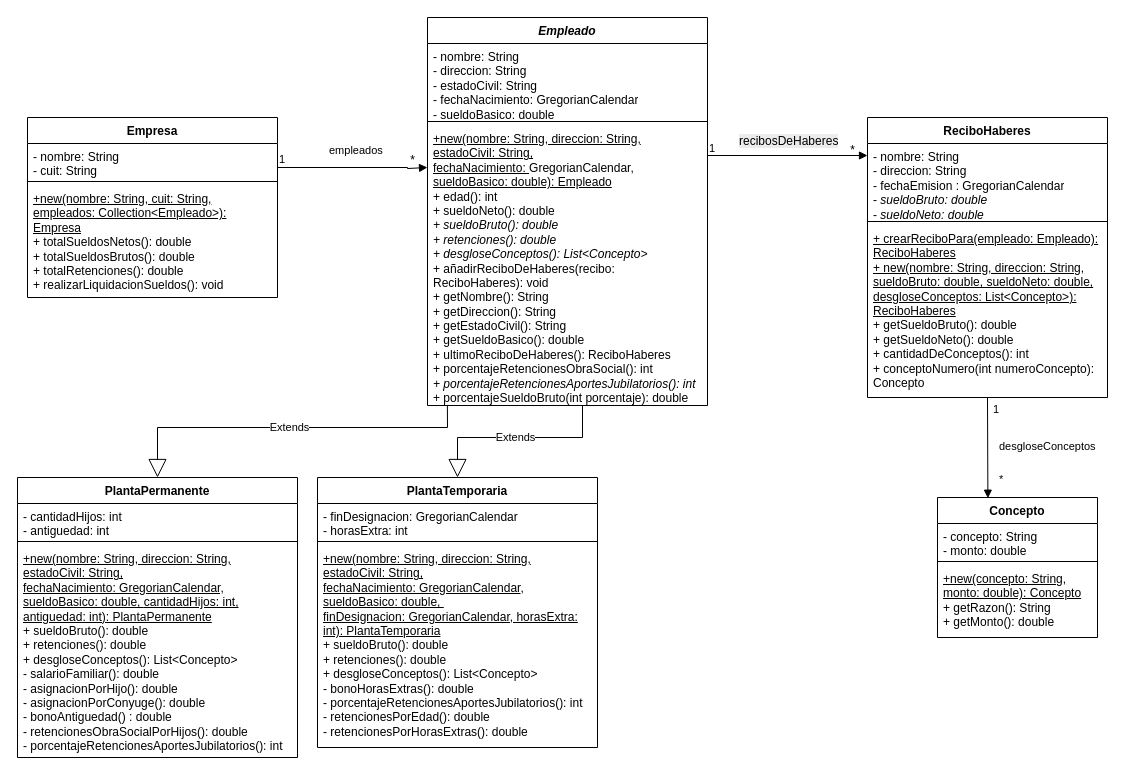
This is tp2/diagrama1.drawio from franngo/programacionConObjetos2, a draw.io file, before an edit. Source tidied: cells renumbered, new cells numbered last; positions are measured from the earlier drawing's top-left corner, leaving out a move shared by most shapes. Both pictures are drawn from the tidied source at 100%, with x=0, y=0 at pixel (17, 17).
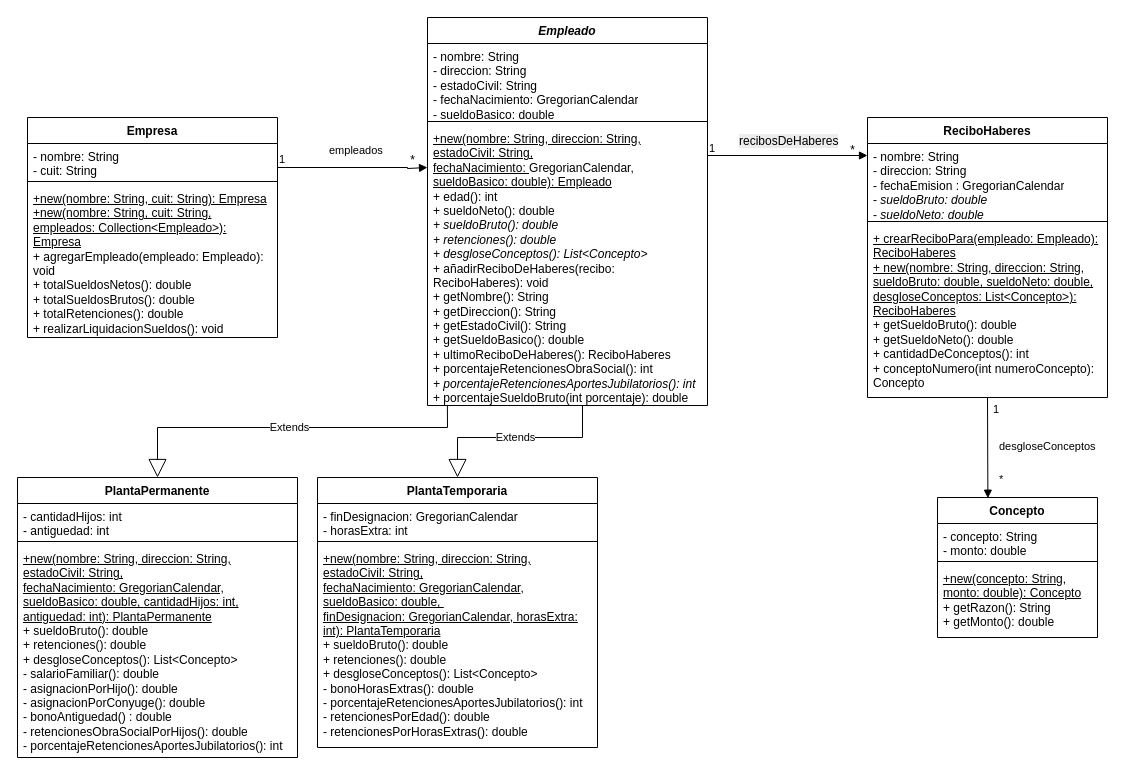
Above is the later version.

The edit, as a diff of the source:
```diff
@@
     <mxCell id="2" value="Empresa" style="swimlane;fontStyle=1;align=center;verticalAlign=top;horizontal=1;startSize=26;whiteSpace=wrap;html=1;" parent="1" vertex="1">
-      <mxGeometry x="10" y="100" width="250" height="180" as="geometry" />
+      <mxGeometry x="10" y="100" width="250" height="220" as="geometry" />
     </mxCell>
@@
-    <mxCell id="5" value="&lt;div&gt;&lt;u&gt;+new(nombre: String, cuit: String, empleados: Collection&amp;lt;Empleado&amp;gt;): Empresa&lt;/u&gt;&lt;/div&gt;+ totalSueldosNetos(): double&lt;br&gt;+ totalSueldosBrutos(): double&lt;br&gt;+ totalRetenciones(): double&lt;br&gt;+ realizarLiquidacionSueldos(): void" style="text;strokeColor=none;fillColor=none;align=left;verticalAlign=top;spacingLeft=4;spacingRight=4;overflow=hidden;whiteSpace=wrap;html=1;" parent="2" vertex="1">
-      <mxGeometry y="68" width="250" height="112" as="geometry" />
+    <mxCell id="5" value="&lt;div&gt;&lt;u&gt;+new(nombre: String, cuit: String): Empresa&lt;/u&gt;&lt;u&gt;&lt;br&gt;+new(nombre: String, cuit: String, empleados: Collection&amp;lt;Empleado&amp;gt;): Empresa&lt;/u&gt;&lt;/div&gt;&lt;div&gt;+ agregarEmpleado(empleado: Empleado): void&lt;/div&gt;+ totalSueldosNetos(): double&lt;br&gt;+ totalSueldosBrutos(): double&lt;br&gt;+ totalRetenciones(): double&lt;br&gt;+ realizarLiquidacionSueldos(): void&lt;div&gt;&lt;br/&gt;&lt;/div&gt;" style="text;strokeColor=none;fillColor=none;align=left;verticalAlign=top;spacingLeft=4;spacingRight=4;overflow=hidden;whiteSpace=wrap;html=1;" parent="2" vertex="1">
+      <mxGeometry y="68" width="250" height="152" as="geometry" />
     </mxCell>
```
